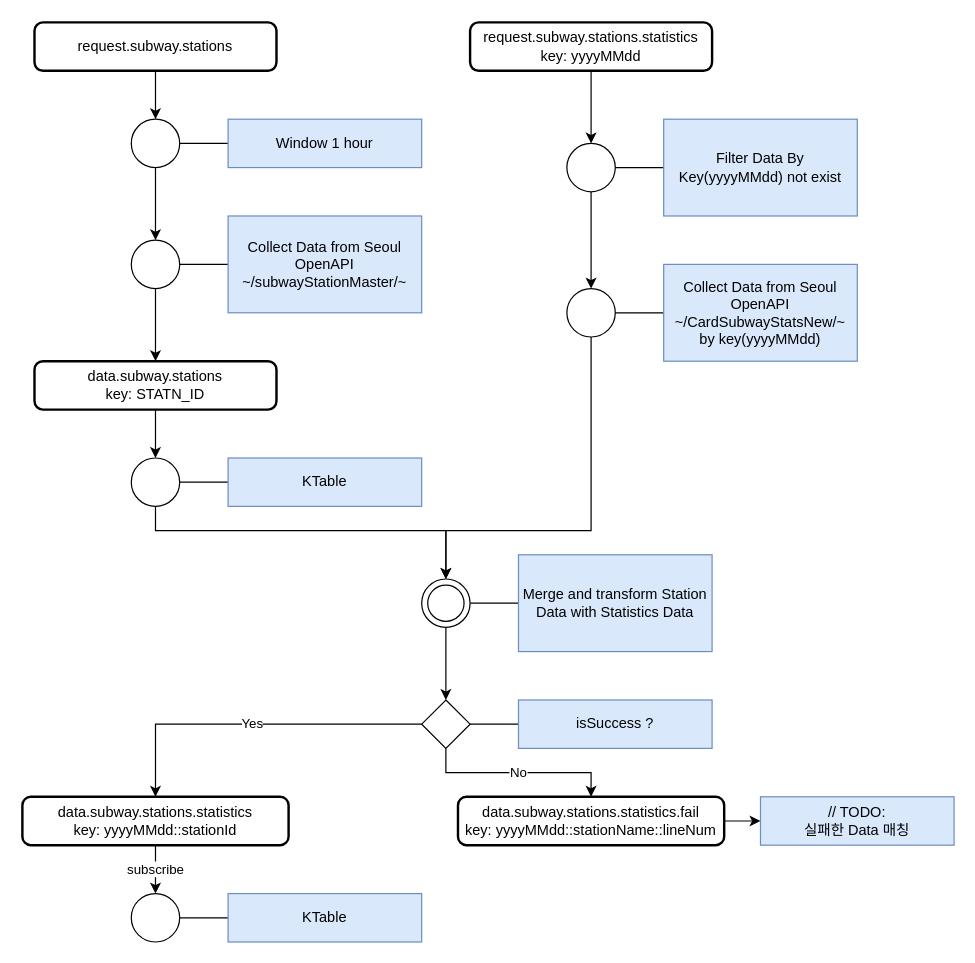
Earlier version of the draw.io diagram subway/subwayTopology.drawio (p-bear/charts.draw.io). Source tidied: cells renumbered, new cells numbered last; positions are measured from the earlier drawing's top-left corner, leaving out a move shared by most shapes. Both pictures are drawn from the tidied source at 121%, with x=0, y=0 at pixel (22, 22).
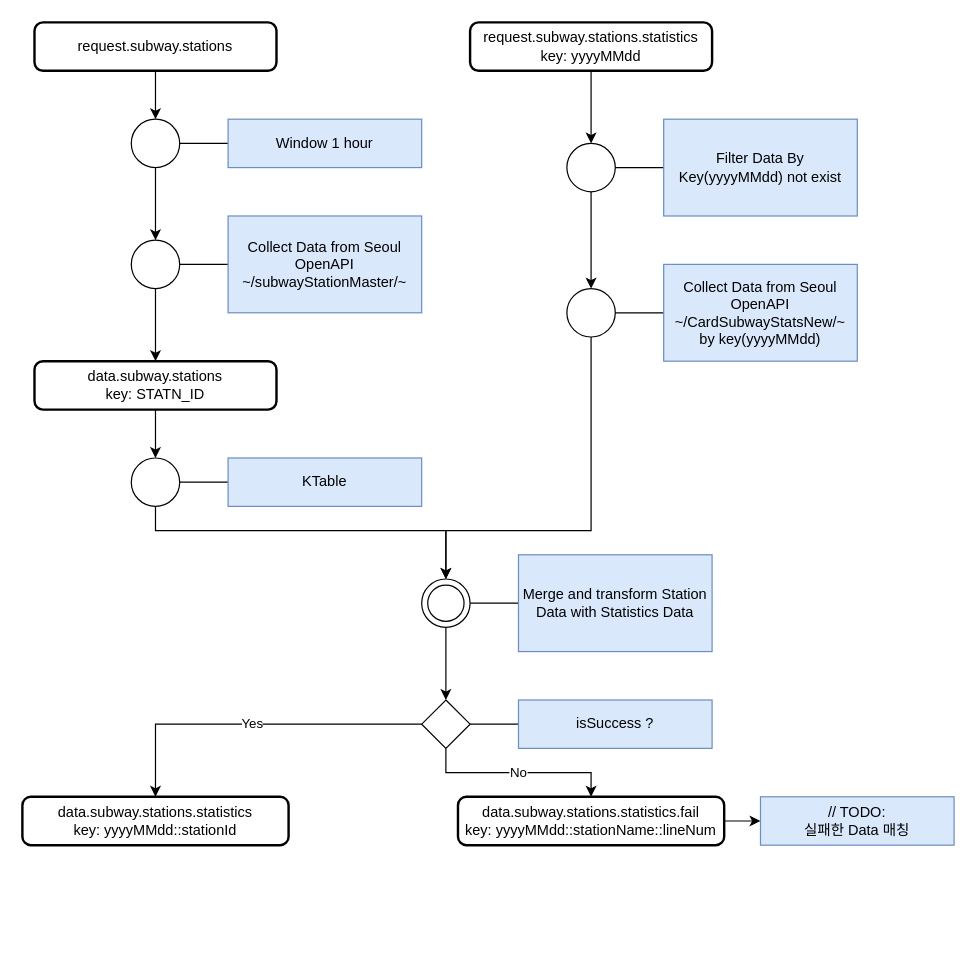
The same page after the edit.

The change refers to these unchanged cells:
```xml
<mxCell id="34" value="&lt;div&gt;&lt;span style=&quot;background-color: initial;&quot;&gt;data.subway.stations.statistics&lt;/span&gt;&lt;br&gt;&lt;/div&gt;&lt;div&gt;&lt;span style=&quot;background-color: initial;&quot;&gt;key: yyyyMMdd::stationId&lt;/span&gt;&lt;/div&gt;" style="rounded=1;whiteSpace=wrap;html=1;absoluteArcSize=1;arcSize=14;strokeWidth=2;" parent="1" vertex="1">
  <mxGeometry y="640" width="220" height="40" as="geometry" />
</mxCell>
```

The edit, as a diff of the source:
```diff
@@
-    <mxCell id="33" value="subscribe" style="edgeStyle=orthogonalEdgeStyle;rounded=0;jettySize=auto;html=1;entryX=0.5;entryY=0;entryDx=0;entryDy=0;" parent="1" edge="1" source="34" target="45">
-      <mxGeometry relative="1" as="geometry" />
-    </mxCell>
@@
-    <mxCell id="44" style="group;" parent="1" vertex="1">
-      <mxGeometry x="90" y="720" width="240" height="40" as="geometry" />
-    </mxCell>
-    <mxCell id="45" style="shape=ellipse;html=1;dashed=0;whiteSpace=wrap;perimeter=ellipsePerimeter;" parent="44" vertex="1">
-      <mxGeometry width="40" height="40" as="geometry" />
-    </mxCell>
-    <mxCell id="46" style="edgeStyle=orthogonalEdgeStyle;rounded=0;jettySize=auto;html=1;exitX=0;exitY=0.5;exitDx=0;exitDy=0;entryX=1;entryY=0.5;entryDx=0;entryDy=0;endArrow=none;endFill=0;" parent="44" edge="1" source="47" target="45">
-      <mxGeometry relative="1" as="geometry" />
-    </mxCell>
-    <mxCell id="47" value="KTable" style="text;html=1;align=center;verticalAlign=middle;whiteSpace=wrap;rounded=0;fillColor=#dae8fc;strokeColor=#6c8ebf;" parent="44" vertex="1">
-      <mxGeometry x="80" width="160" height="40" as="geometry" />
-    </mxCell>
```
